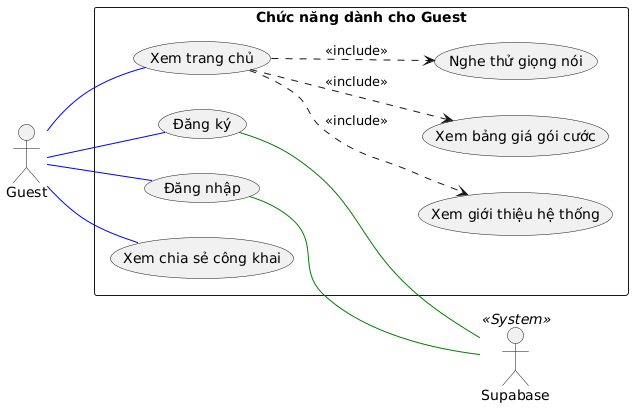
Before: temp/01-UseCase/UML-UseCase-Guest.png, a diagram exported from PlantUML (20206205Tech/docs-uml).
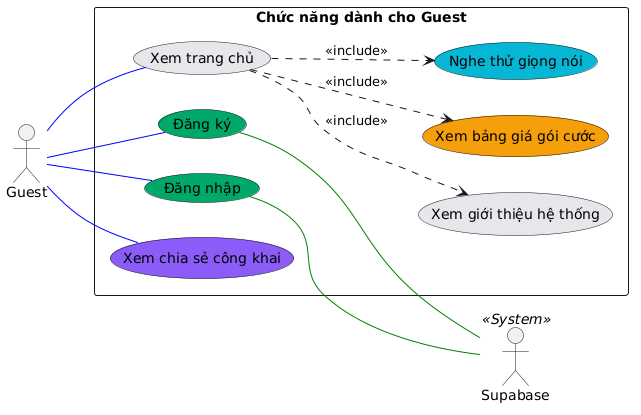
The same diagram one commit later.

Change to the diagram source:
```diff
@@ -7,13 +7,13 @@
 actor "Supabase" as Supabase << System >>
 
 rectangle "Chức năng dành cho Guest" {
-  usecase "Xem trang chủ" as UC_Home
-  usecase "Xem giới thiệu hệ thống" as UC_Intro
-  usecase "Xem bảng giá gói cước" as UC_Pricing
-  usecase "Nghe thử giọng nói" as UC_SampleVoice
-  usecase "Đăng ký" as UC_Register
-  usecase "Đăng nhập" as UC_Login
-  usecase "Xem chia sẻ công khai" as UC_PublicShare
+  usecase "Xem trang chủ" as UC_Home #e5e7eb
+  usecase "Xem giới thiệu hệ thống" as UC_Intro #e5e7eb
+  usecase "Xem bảng giá gói cước" as UC_Pricing #f59e0b
+  usecase "Nghe thử giọng nói" as UC_SampleVoice #06b6d4
+  usecase "Đăng ký" as UC_Register #00a86b
+  usecase "Đăng nhập" as UC_Login #00a86b
+  usecase "Xem chia sẻ công khai" as UC_PublicShare #8b5cf6
 
   UC_Home ..> UC_Intro : <<include>>
   UC_Home ..> UC_Pricing : <<include>>
```
